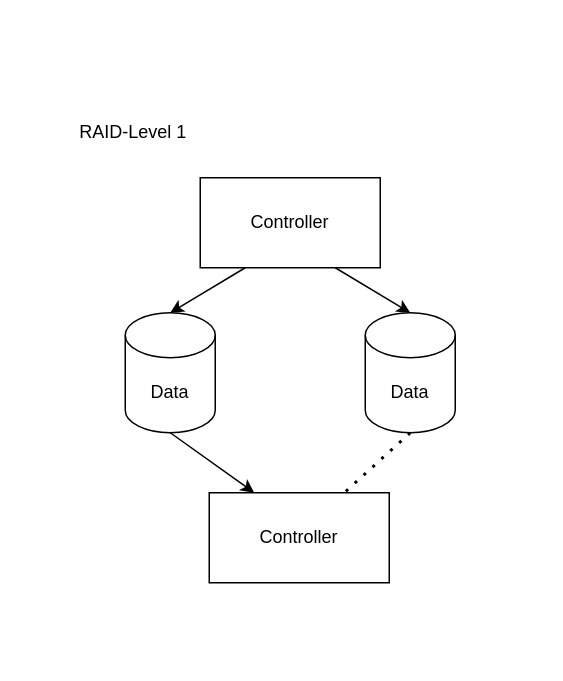
The draw.io diagram data/entries/images/RaidLevel1.drawio in Semoxea/semoxea.github.io, before the edit. Source tidied: cells renumbered, new cells numbered last; positions are measured from the earlier drawing's top-left corner, leaving out a move shared by most shapes. Both pictures are drawn from the tidied source at 150%, with x=0, y=0 at pixel (26, 87).
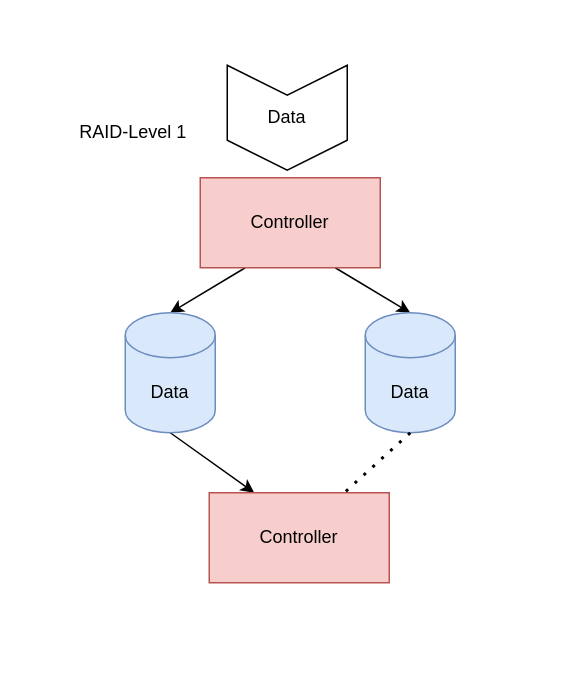
The same diagram, later.

Commit message (it also covers changes not shown here):
raid level 3

Change to the diagram source:
```diff
@@
 <mxGraphModel background="#ffffff">
   <root>
     <mxCell id="0" />
     <mxCell id="1" parent="0" />
     <mxCell id="2" style="rounded=0;whiteSpace=wrap;html=1;strokeColor=none;" parent="1" vertex="1">
-      <mxGeometry width="341" height="379" as="geometry" />
+      <mxGeometry y="-41" width="341" height="405" as="geometry" />
     </mxCell>
     <mxCell id="3" value="RAID-Level 1&lt;br&gt;" style="text;html=1;align=center;verticalAlign=middle;strokeColor=none;fillColor=none;" parent="1" vertex="1">
       <mxGeometry x="26" y="20" width="90" height="20" as="geometry" />
     </mxCell>
     <mxCell id="4" style="edgeStyle=none;html=1;exitX=0.25;exitY=1;exitDx=0;exitDy=0;entryX=0.5;entryY=0;entryDx=0;entryDy=0;entryPerimeter=0;" parent="1" edge="1" source="6" target="8">
       <mxGeometry relative="1" as="geometry" />
     </mxCell>
     <mxCell id="5" style="edgeStyle=none;html=1;exitX=0.75;exitY=1;exitDx=0;exitDy=0;entryX=0.5;entryY=0;entryDx=0;entryDy=0;entryPerimeter=0;" parent="1" edge="1" source="6" target="9">
       <mxGeometry relative="1" as="geometry" />
     </mxCell>
-    <mxCell id="6" value="Controller" style="rounded=0;whiteSpace=wrap;html=1;" parent="1" vertex="1">
+    <mxCell id="6" value="Controller" style="rounded=0;whiteSpace=wrap;html=1;fillColor=#f8cecc;strokeColor=#b85450;" parent="1" vertex="1">
       <mxGeometry x="116" y="60" width="120" height="60" as="geometry" />
     </mxCell>
     <mxCell id="7" style="edgeStyle=none;html=1;exitX=0.5;exitY=1;exitDx=0;exitDy=0;exitPerimeter=0;entryX=0.25;entryY=0;entryDx=0;entryDy=0;" parent="1" edge="1" source="8" target="10">
       <mxGeometry relative="1" as="geometry" />
     </mxCell>
-    <mxCell id="8" value="Data" style="shape=cylinder3;whiteSpace=wrap;html=1;boundedLbl=1;backgroundOutline=1;size=15;" parent="1" vertex="1">
+    <mxCell id="8" value="Data" style="shape=cylinder3;whiteSpace=wrap;html=1;boundedLbl=1;backgroundOutline=1;size=15;fillColor=#dae8fc;strokeColor=#6c8ebf;" parent="1" vertex="1">
       <mxGeometry x="66" y="150" width="60" height="80" as="geometry" />
     </mxCell>
-    <mxCell id="9" value="Data" style="shape=cylinder3;whiteSpace=wrap;html=1;boundedLbl=1;backgroundOutline=1;size=15;" parent="1" vertex="1">
+    <mxCell id="9" value="Data" style="shape=cylinder3;whiteSpace=wrap;html=1;boundedLbl=1;backgroundOutline=1;size=15;fillColor=#dae8fc;strokeColor=#6c8ebf;" parent="1" vertex="1">
       <mxGeometry x="226" y="150" width="60" height="80" as="geometry" />
     </mxCell>
-    <mxCell id="10" value="Controller" style="rounded=0;whiteSpace=wrap;html=1;" parent="1" vertex="1">
+    <mxCell id="10" value="Controller" style="rounded=0;whiteSpace=wrap;html=1;fillColor=#f8cecc;strokeColor=#b85450;" parent="1" vertex="1">
       <mxGeometry x="122" y="270" width="120" height="60" as="geometry" />
     </mxCell>
     <mxCell id="11" style="endArrow=none;dashed=1;html=1;dashPattern=1 3;strokeWidth=2;entryX=0.75;entryY=0;entryDx=0;entryDy=0;exitX=0.5;exitY=1;exitDx=0;exitDy=0;exitPerimeter=0;" parent="1" edge="1" source="9" target="10">
       <mxGeometry relative="1" as="geometry" />
     </mxCell>
+    <mxCell id="12" style="shape=step;perimeter=stepPerimeter;whiteSpace=wrap;html=1;fixedSize=1;rotation=90;" parent="1" vertex="1">
+      <mxGeometry x="139" y="-20" width="70" height="80" as="geometry" />
+    </mxCell>
+    <mxCell id="13" value="Data" style="text;html=1;strokeColor=none;fillColor=none;align=center;verticalAlign=middle;whiteSpace=wrap;rounded=0;" parent="1" vertex="1">
+      <mxGeometry x="144" y="5" width="60" height="30" as="geometry" />
+    </mxCell>
   </root>
 </mxGraphModel>
```
